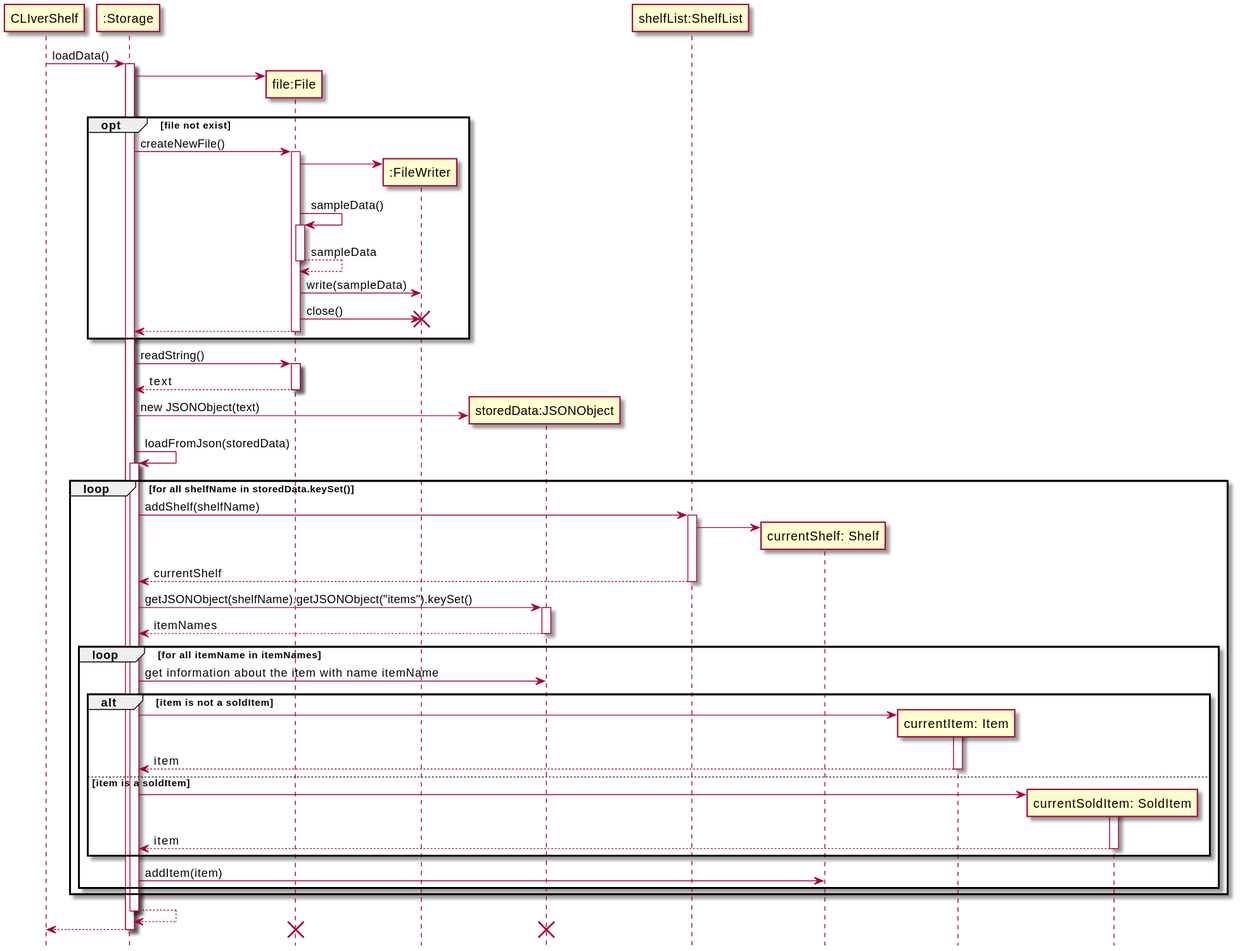
This is docs/diagrams/Storage_loadData.svg from zh1huang/tp, a PlantUML export, as it was before one commit.
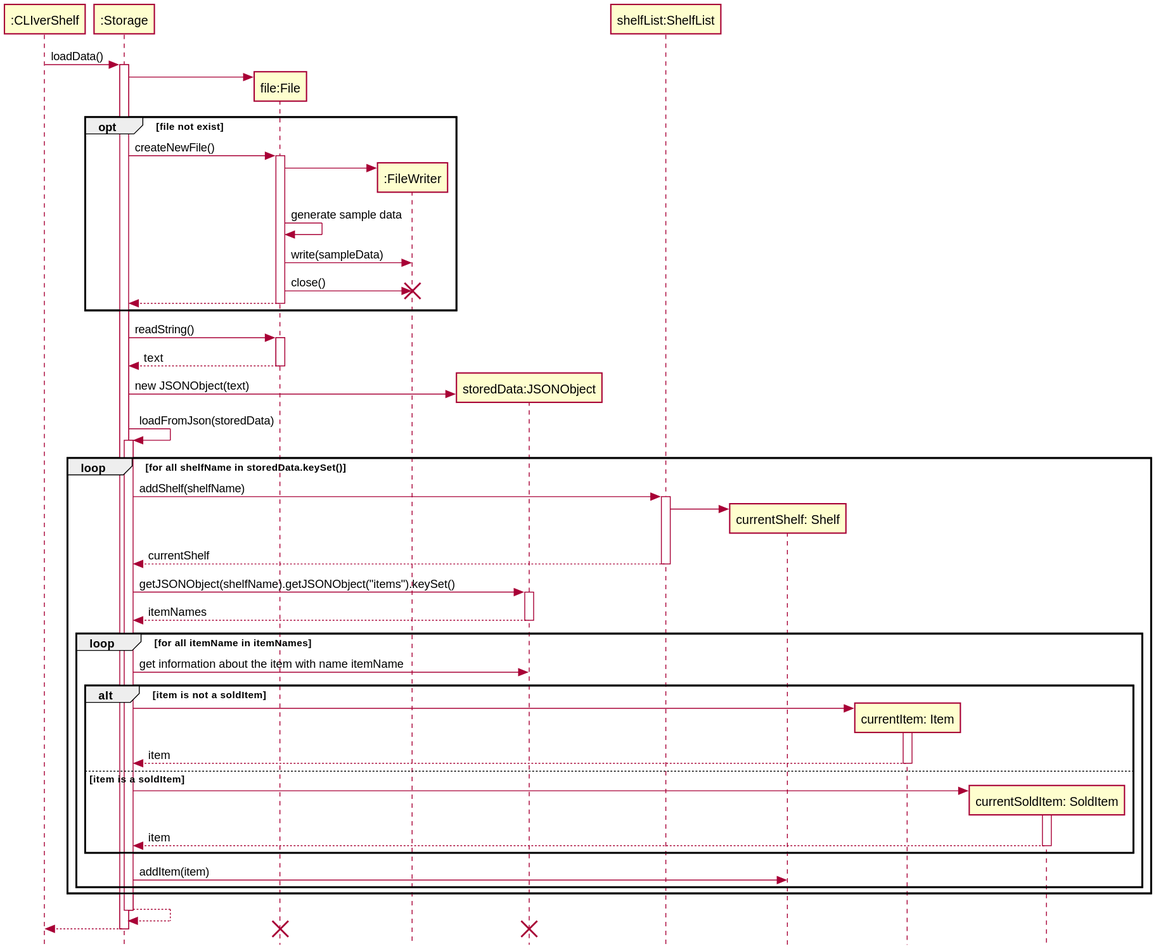
The same file after the commit.

What changed in the source:
```diff
@@ -1,6 +1,7 @@
 @startuml
-hide footbox
-participant CLIverShelf as app
+!include Style.puml
+
+participant ":CLIverShelf" as app
 participant ":Storage" as storage
 participant "file:File" as file
 participant ":FileWriter" as FileWriter
@@ -17,10 +18,7 @@
     storage -> file:createNewFile()
     activate file
     file -> FileWriter **
-    file -> file:sampleData()
-    activate file
-    file --> file: sampleData
-    deactivate file
+    file -> file:generate sample data
     file -> FileWriter: write(sampleData)
     file -> FileWriter !!:close()
     file --> storage
```
